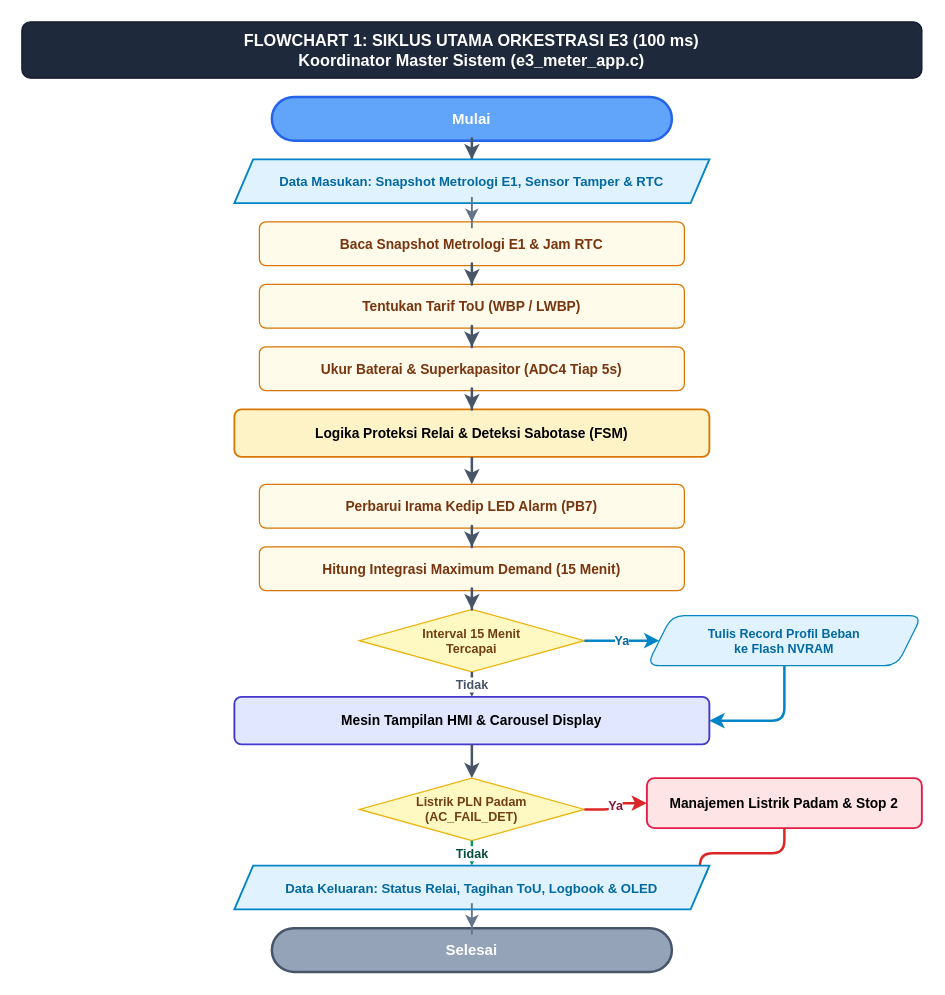
Earlier version of the draw.io diagram page "1. Siklus Utama E3 (100ms)" (1 of 4) of docs/e3_modular_flowcharts.drawio (Kevla27/ALLIN). Source tidied: cells renumbered, new cells numbered last; positions are measured from the earlier drawing's top-left corner, leaving out a move shared by most shapes. Both pictures are drawn from the tidied source at 125%, with x=0, y=0 at pixel (21, 21).
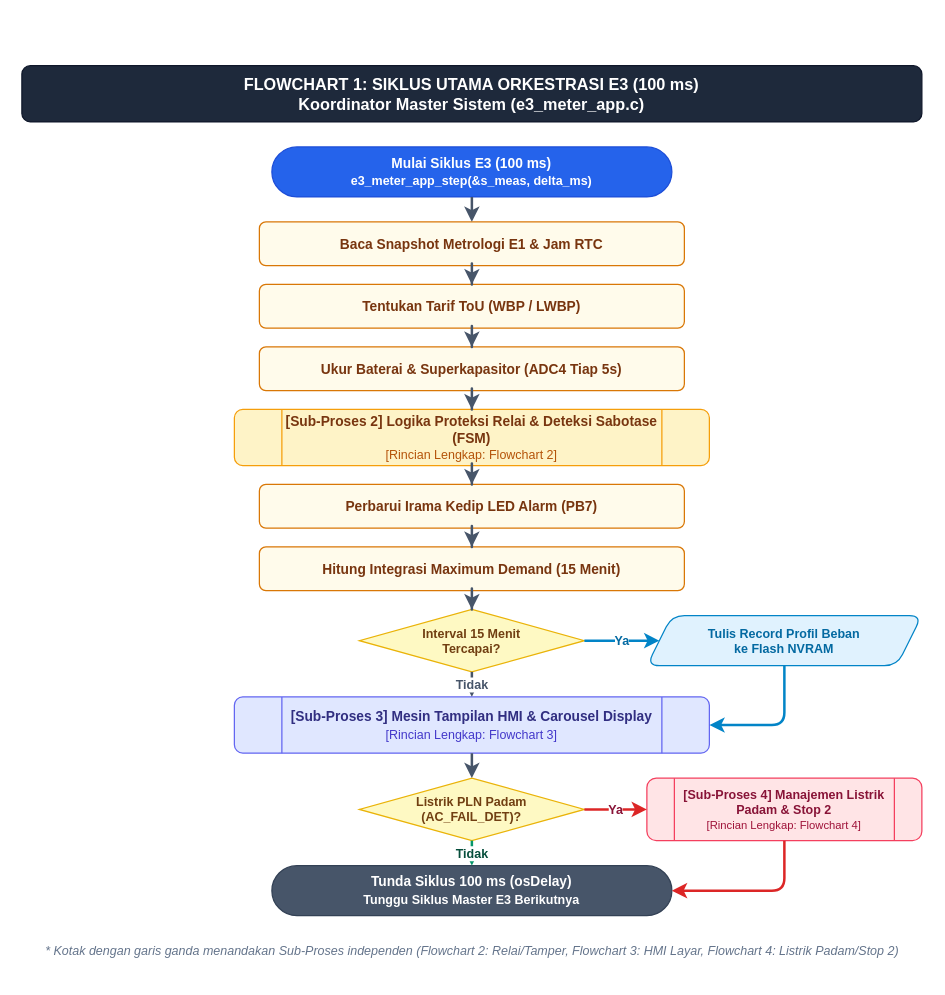
The same page after the edit.

Commit message (it also covers changes not shown here):
docs(flowchart): kembalikan e3_modular_flowcharts ke revisi asli 054cd9b

Unchanged cells that the change refers to:
```xml
<mxCell id="4" value="&lt;b&gt;Baca Snapshot Metrologi E1 &amp;amp; Jam RTC&lt;/b&gt;" style="rounded=1;whiteSpace=wrap;html=1;fillColor=#fffbeb;strokeColor=#d97706;fontColor=#78350f;fontSize=11;align=center;" parent="1" vertex="1">
  <mxGeometry x="190" y="160" width="340" height="35" as="geometry" />
</mxCell>
```

What changed in the source:
```diff
@@
     <mxCell id="2" value="&lt;b&gt;FLOWCHART 1: SIKLUS UTAMA ORKESTRASI E3 (100 ms)&lt;/b&gt;&lt;br/&gt;Koordinator Master Sistem (e3_meter_app.c)" style="rounded=1;whiteSpace=wrap;html=1;fillColor=#1e293b;strokeColor=#0f172a;fontColor=#ffffff;fontStyle=1;fontSize=13;align=center;" parent="1" vertex="1">
-      <mxGeometry width="720" height="45" as="geometry" />
+      <mxGeometry y="35" width="720" height="45" as="geometry" />
     </mxCell>
-    <mxCell id="3" value="&lt;b&gt;Mulai&lt;/b&gt;" style="rounded=1;arcSize=50;whiteSpace=wrap;html=1;fillColor=#60a5fa;strokeColor=#2563eb;strokeWidth=2;fontColor=#ffffff;fontSize=12;fontFamily=Helvetica;align=center;" parent="1" vertex="1">
-      <mxGeometry x="200" y="60" width="320" height="35" as="geometry" />
+    <mxCell id="3" value="&lt;b&gt;Mulai Siklus E3 (100 ms)&lt;/b&gt;&lt;br/&gt;&lt;font style=&quot;font-size:10px;&quot;&gt;e3_meter_app_step(&amp;amp;s_meas, delta_ms)&lt;/font&gt;" style="rounded=1;arcSize=50;whiteSpace=wrap;html=1;fillColor=#2563eb;strokeColor=#1d4ed8;fontColor=#ffffff;fontStyle=1;fontSize=11;align=center;" parent="1" vertex="1">
+      <mxGeometry x="200" y="100" width="320" height="40" as="geometry" />
     </mxCell>
@@
-    <mxCell id="7" value="&lt;b&gt;Logika Proteksi Relai &amp;amp; Deteksi Sabotase (FSM)&lt;/b&gt;" style="rounded=1;whiteSpace=wrap;html=1;fillColor=#fef3c7;strokeColor=#d97706;strokeWidth=1.5;fontColor=#000000;fontSize=11;fontFamily=Helvetica;align=center;" parent="1" vertex="1">
-      <mxGeometry x="170" y="310" width="380" height="38" as="geometry" />
+    <mxCell id="7" value="&lt;b&gt;[Sub-Proses 2] Logika Proteksi Relai &amp;amp; Deteksi Sabotase (FSM)&lt;/b&gt;&lt;br/&gt;&lt;font style=&quot;font-size:10px;color:#b45309;&quot;&gt;[Rincian Lengkap: Flowchart 2]&lt;/font&gt;" style="shape=process;backgroundOutline=1;rounded=1;whiteSpace=wrap;html=1;fillColor=#fef3c7;strokeColor=#f59e0b;fontColor=#78350f;fontSize=11;align=center;" parent="1" vertex="1">
+      <mxGeometry x="170" y="310" width="380" height="45" as="geometry" />
     </mxCell>
@@
-    <mxCell id="10" value="&lt;b&gt;Interval 15 Menit&lt;br/&gt;Tercapai&lt;/b&gt;" style="rhombus;whiteSpace=wrap;html=1;fillColor=#fef9c3;strokeColor=#eab308;fontColor=#713f12;fontStyle=1;fontSize=10;align=center;" parent="1" vertex="1">
+    <mxCell id="10" value="&lt;b&gt;Interval 15 Menit&lt;br/&gt;Tercapai?&lt;/b&gt;" style="rhombus;whiteSpace=wrap;html=1;fillColor=#fef9c3;strokeColor=#eab308;fontColor=#713f12;fontStyle=1;fontSize=10;align=center;" parent="1" vertex="1">
       <mxGeometry x="270" y="470" width="180" height="50" as="geometry" />
     </mxCell>
@@
-    <mxCell id="12" value="&lt;b&gt;Mesin Tampilan HMI &amp;amp; Carousel Display&lt;/b&gt;" style="rounded=1;whiteSpace=wrap;html=1;fillColor=#e0e7ff;strokeColor=#4338ca;strokeWidth=1.5;fontColor=#000000;fontSize=11;fontFamily=Helvetica;align=center;" parent="1" vertex="1">
-      <mxGeometry x="170" y="540" width="380" height="38" as="geometry" />
+    <mxCell id="12" value="&lt;b&gt;[Sub-Proses 3] Mesin Tampilan HMI &amp;amp; Carousel Display&lt;/b&gt;&lt;br/&gt;&lt;font style=&quot;font-size:10px;color:#4338ca;&quot;&gt;[Rincian Lengkap: Flowchart 3]&lt;/font&gt;" style="shape=process;backgroundOutline=1;rounded=1;whiteSpace=wrap;html=1;fillColor=#e0e7ff;strokeColor=#6366f1;fontColor=#312e81;fontSize=11;align=center;" parent="1" vertex="1">
+      <mxGeometry x="170" y="540" width="380" height="45" as="geometry" />
     </mxCell>
-    <mxCell id="13" value="&lt;b&gt;Listrik PLN Padam&lt;br/&gt;(AC_FAIL_DET)&lt;/b&gt;" style="rhombus;whiteSpace=wrap;html=1;fillColor=#fef9c3;strokeColor=#eab308;fontColor=#713f12;fontStyle=1;fontSize=10;align=center;" parent="1" vertex="1">
+    <mxCell id="13" value="&lt;b&gt;Listrik PLN Padam&lt;br/&gt;(AC_FAIL_DET)?&lt;/b&gt;" style="rhombus;whiteSpace=wrap;html=1;fillColor=#fef9c3;strokeColor=#eab308;fontColor=#713f12;fontStyle=1;fontSize=10;align=center;" parent="1" vertex="1">
       <mxGeometry x="270" y="605" width="180" height="50" as="geometry" />
     </mxCell>
-    <mxCell id="14" value="&lt;b&gt;Manajemen Listrik Padam &amp;amp; Stop 2&lt;/b&gt;" style="rounded=1;whiteSpace=wrap;html=1;fillColor=#ffe4e6;strokeColor=#e11d48;strokeWidth=1.5;fontColor=#000000;fontSize=11;fontFamily=Helvetica;align=center;" parent="1" vertex="1">
-      <mxGeometry x="500" y="605" width="220" height="40" as="geometry" />
+    <mxCell id="14" value="&lt;b&gt;[Sub-Proses 4] Manajemen Listrik Padam &amp;amp; Stop 2&lt;/b&gt;&lt;br/&gt;&lt;font style=&quot;font-size:9px;color:#9f1239;&quot;&gt;[Rincian Lengkap: Flowchart 4]&lt;/font&gt;" style="shape=process;backgroundOutline=1;rounded=1;whiteSpace=wrap;html=1;fillColor=#ffe4e6;strokeColor=#f43f5e;fontColor=#881337;fontSize=10;align=center;" parent="1" vertex="1">
+      <mxGeometry x="500" y="605" width="220" height="50" as="geometry" />
     </mxCell>
-    <mxCell id="15" value="&lt;b&gt;Selesai&lt;/b&gt;" style="rounded=1;arcSize=50;whiteSpace=wrap;html=1;fillColor=#94a3b8;strokeColor=#475569;strokeWidth=2;fontColor=#ffffff;fontSize=12;fontFamily=Helvetica;align=center;" parent="1" vertex="1">
-      <mxGeometry x="200" y="725" width="320" height="35" as="geometry" />
+    <mxCell id="15" value="&lt;b&gt;Tunda Siklus 100 ms (osDelay)&lt;/b&gt;&lt;br/&gt;&lt;font style=&quot;font-size:10px;&quot;&gt;Tunggu Siklus Master E3 Berikutnya&lt;/font&gt;" style="rounded=1;arcSize=50;whiteSpace=wrap;html=1;fillColor=#475569;strokeColor=#334155;fontColor=#ffffff;fontStyle=1;fontSize=11;align=center;" parent="1" vertex="1">
+      <mxGeometry x="200" y="675" width="320" height="40" as="geometry" />
     </mxCell>
+    <mxCell id="34" value="&lt;i&gt;* Kotak dengan garis ganda menandakan Sub-Proses independen (Flowchart 2: Relai/Tamper, Flowchart 3: HMI Layar, Flowchart 4: Listrik Padam/Stop 2)&lt;/i&gt;" style="text;html=1;align=center;verticalAlign=middle;fontSize=10;fontColor=#64748b;" parent="1" vertex="1">
+      <mxGeometry y="730" width="720" height="25" as="geometry" />
+    </mxCell>
-    <mxCell id="16" style="edgeStyle=orthogonalEdgeStyle;rounded=1;jettySize=auto;html=1;strokeColor=#475569;strokeWidth=2;endArrow=classic;endFill=1;" parent="1" edge="1" source="3" target="30">
+    <mxCell id="16" style="edgeStyle=orthogonalEdgeStyle;rounded=1;jettySize=auto;html=1;strokeColor=#475569;strokeWidth=2;endArrow=classic;endFill=1;" parent="1" edge="1" source="3" target="4">
       <mxGeometry relative="1" as="geometry" />
     </mxCell>
@@
-    <mxCell id="28" value="Tidak" style="edgeStyle=orthogonalEdgeStyle;rounded=1;jettySize=auto;html=1;strokeColor=#059669;strokeWidth=2;endArrow=classic;endFill=1;labelBackgroundColor=#ffffff;fontColor=#064e3b;fontStyle=1;fontSize=10;exitX=0.5;exitY=1;exitDx=0;exitDy=0;entryX=0.5;entryY=0;entryDx=0;entryDy=0;" parent="1" edge="1" source="13" target="31">
+    <mxCell id="28" value="Tidak" style="edgeStyle=orthogonalEdgeStyle;rounded=1;jettySize=auto;html=1;strokeColor=#059669;strokeWidth=2;endArrow=classic;endFill=1;labelBackgroundColor=#ffffff;fontColor=#064e3b;fontStyle=1;fontSize=10;exitX=0.5;exitY=1;exitDx=0;exitDy=0;entryX=0.5;entryY=0;entryDx=0;entryDy=0;" parent="1" edge="1" source="13" target="15">
       <mxGeometry relative="1" as="geometry" />
     </mxCell>
-    <mxCell id="29" style="edgeStyle=orthogonalEdgeStyle;rounded=1;jettySize=auto;html=1;strokeColor=#dc2626;strokeWidth=2;endArrow=classic;endFill=1;exitX=0.5;exitY=1;exitDx=0;exitDy=0;entryX=1;entryY=0.5;entryDx=0;entryDy=0;" parent="1" edge="1" source="14" target="31">
+    <mxCell id="29" style="edgeStyle=orthogonalEdgeStyle;rounded=1;jettySize=auto;html=1;strokeColor=#dc2626;strokeWidth=2;endArrow=classic;endFill=1;exitX=0.5;exitY=1;exitDx=0;exitDy=0;entryX=1;entryY=0.5;entryDx=0;entryDy=0;" parent="1" edge="1" source="14" target="15">
       <mxGeometry relative="1" as="geometry" />
     </mxCell>
-    <mxCell id="30" value="&lt;b&gt;Data Masukan: Snapshot Metrologi E1, Sensor Tamper &amp;amp; RTC&lt;/b&gt;" style="shape=parallelogram;perimeter=parallelogramPerimeter;fixedSize=1;size=15;whiteSpace=wrap;html=1;fillColor=#e0f2fe;strokeColor=#0284c7;strokeWidth=1.5;fontColor=#0369a1;fontSize=10.5;fontFamily=Helvetica;align=center;" parent="1" vertex="1">
-      <mxGeometry x="170" y="110" width="380" height="35" as="geometry" />
-    </mxCell>
-    <mxCell id="31" value="&lt;b&gt;Data Keluaran: Status Relai, Tagihan ToU, Logbook &amp;amp; OLED&lt;/b&gt;" style="shape=parallelogram;perimeter=parallelogramPerimeter;fixedSize=1;size=15;whiteSpace=wrap;html=1;fillColor=#e0f2fe;strokeColor=#0284c7;strokeWidth=1.5;fontColor=#0369a1;fontSize=10.5;fontFamily=Helvetica;align=center;" parent="1" vertex="1">
-      <mxGeometry x="170" y="675" width="380" height="35" as="geometry" />
-    </mxCell>
-    <mxCell id="32" style="edgeStyle=orthogonalEdgeStyle;rounded=0;jettySize=auto;html=1;strokeColor=#64748b;strokeWidth=1.5;endArrow=classic;endFill=1;" parent="1" edge="1" source="30" target="4">
-      <mxGeometry relative="1" as="geometry" />
-    </mxCell>
-    <mxCell id="33" style="edgeStyle=orthogonalEdgeStyle;rounded=0;jettySize=auto;html=1;strokeColor=#64748b;strokeWidth=1.5;endArrow=classic;endFill=1;" parent="1" edge="1" source="31" target="15">
-      <mxGeometry relative="1" as="geometry" />
-    </mxCell>
```
